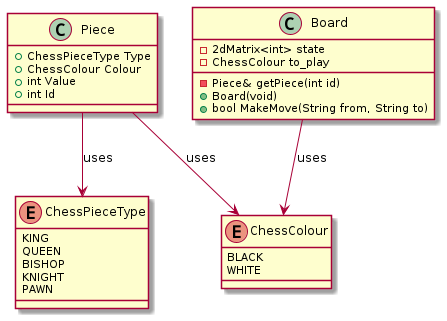
Earlier version of the PlantUML export doc/class_diagram.png (aidan-bailey/cpp-chess).
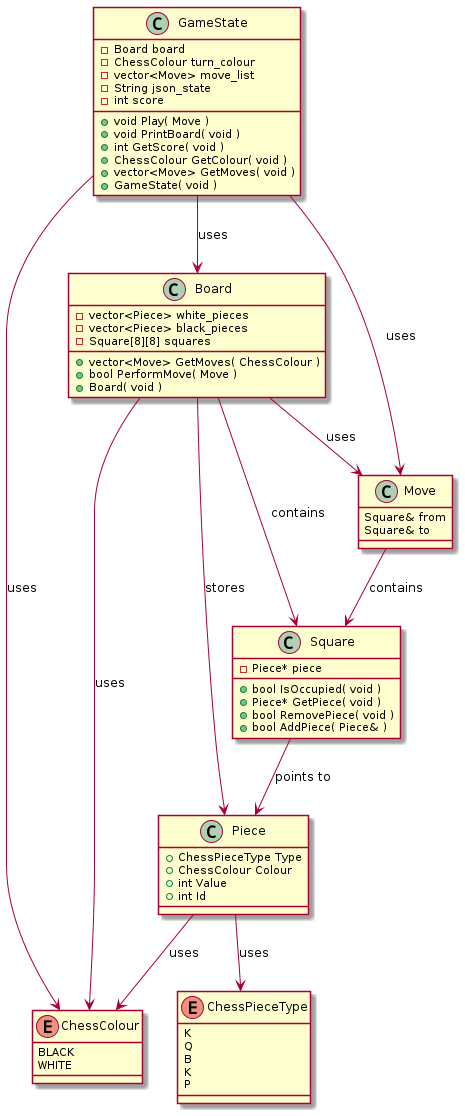
After the commit.

Commit message:
added class diagram

Diff of the diagram source:
```diff
@@ -4,11 +4,11 @@
     WHITE
 }
 enum ChessPieceType {
-    KING
-    QUEEN
-    BISHOP
-    KNIGHT
-    PAWN
+    K
+    Q
+    B
+    K
+    P
 }
 class Piece {
     +ChessPieceType Type
@@ -18,12 +18,45 @@
 }
 Piece --> ChessPieceType : uses
 Piece --> ChessColour : uses
+class Square {
+    -Piece* piece
+    +bool IsOccupied( void )
+    +Piece* GetPiece( void )
+    +bool RemovePiece( void )
+    +bool AddPiece( Piece& )
+}
+Square --> Piece : points to
 class Board {
-    -2dMatrix<int> state
-    -ChessColour to_play
-    -Piece& getPiece(int id)
-    +Board(void)
-    +bool MakeMove(String from, String to)
+    -vector<Piece> white_pieces
+    -vector<Piece> black_pieces
+    -Square[8][8] squares
+    +vector<Move> GetMoves( ChessColour )
+    +bool PerformMove( Move )
+    +Board( void )
 }
+class Move {
+    Square& from
+    Square& to
+}
+Move --> Square : contains
+Board --> Move : uses
+Board --> Square : contains
+Board --> Piece : stores
 Board --> ChessColour : uses
+class GameState {
+    -Board board
+    -ChessColour turn_colour
+    -vector<Move> move_list
+    -String json_state
+    -int score
+    +void Play( Move )
+    +void PrintBoard( void )
+    +int GetScore( void )
+    +ChessColour GetColour( void )
+    +vector<Move> GetMoves( void )
+    +GameState( void )
+}
+GameState --> Board : uses
+GameState --> ChessColour : uses
+GameState --> Move : uses
 @enduml
```
